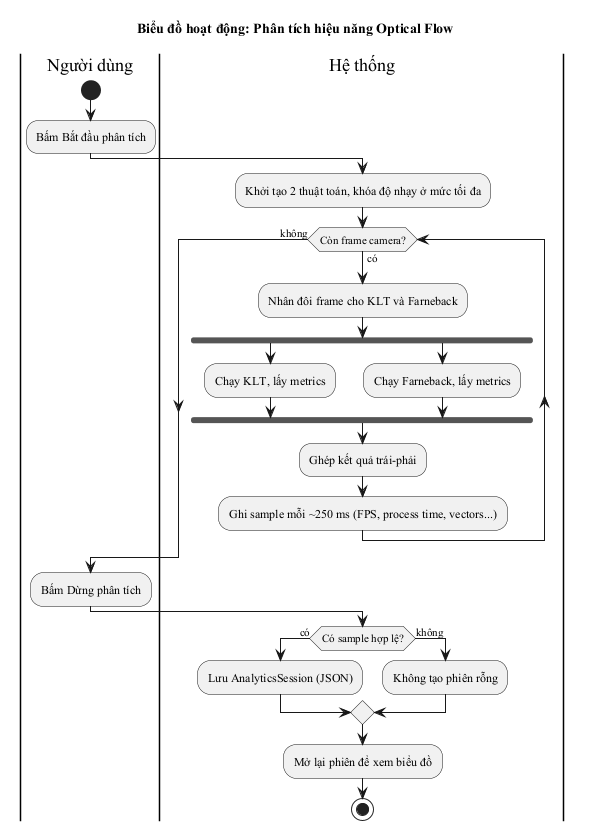
thanhmobile080604/My-Thesis-Latex keeps this PlantUML diagram as figures/activity_phan_tich_hieu_nang.png. Above is the earlier version.
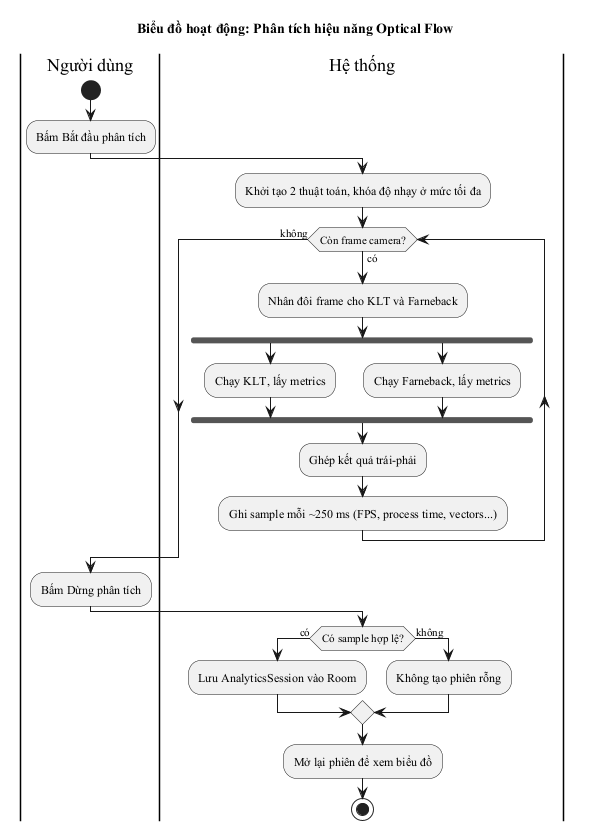
The same diagram one commit later.

Diff of the diagram source:
```diff
@@ -21,7 +21,7 @@
 :Bấm Dừng phân tích;
 |Hệ thống|
 if (Có sample hợp lệ?) then (có)
-  :Lưu AnalyticsSession (JSON);
+  :Lưu AnalyticsSession vào Room;
 else (không)
   :Không tạo phiên rỗng;
 endif
```
